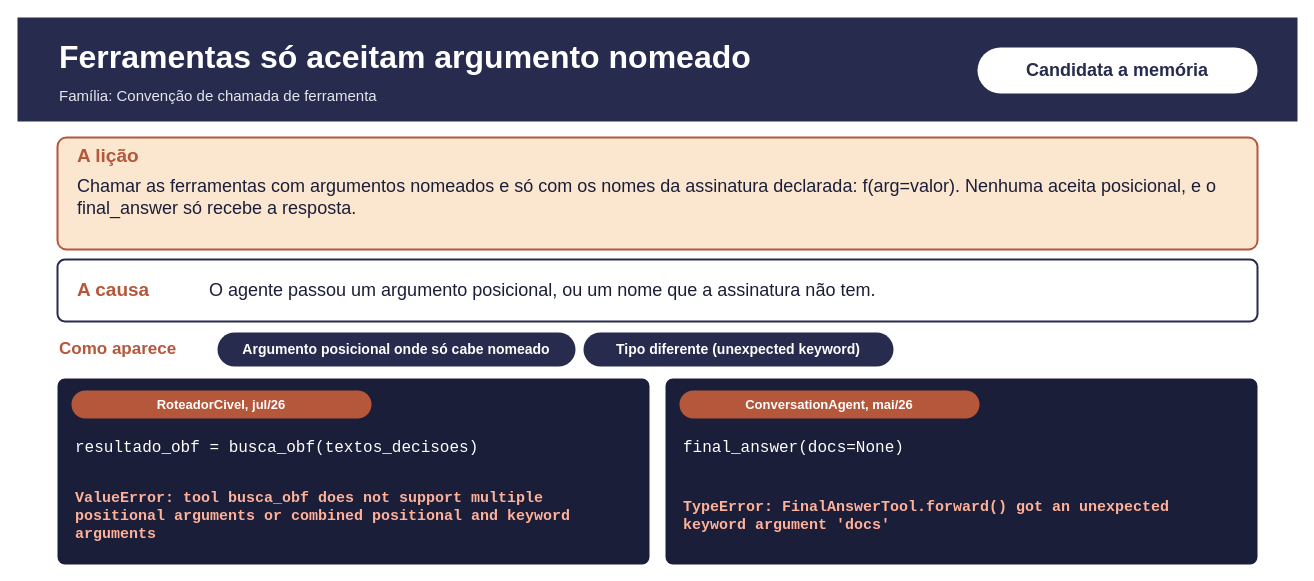
Earlier version of the draw.io diagram page "Ferramentas só aceitam argum" (3 of 19) of docs/sources/draw.io/anexo_fichas_unidades.drawio (rc-ventura/memory_layer_ai_agents). Source tidied: cells renumbered, new cells numbered last; positions are measured from the earlier drawing's top-left corner, leaving out a move shared by most shapes. Both pictures are drawn from the tidied source at 100%, with x=0, y=0 at pixel (17, 17).
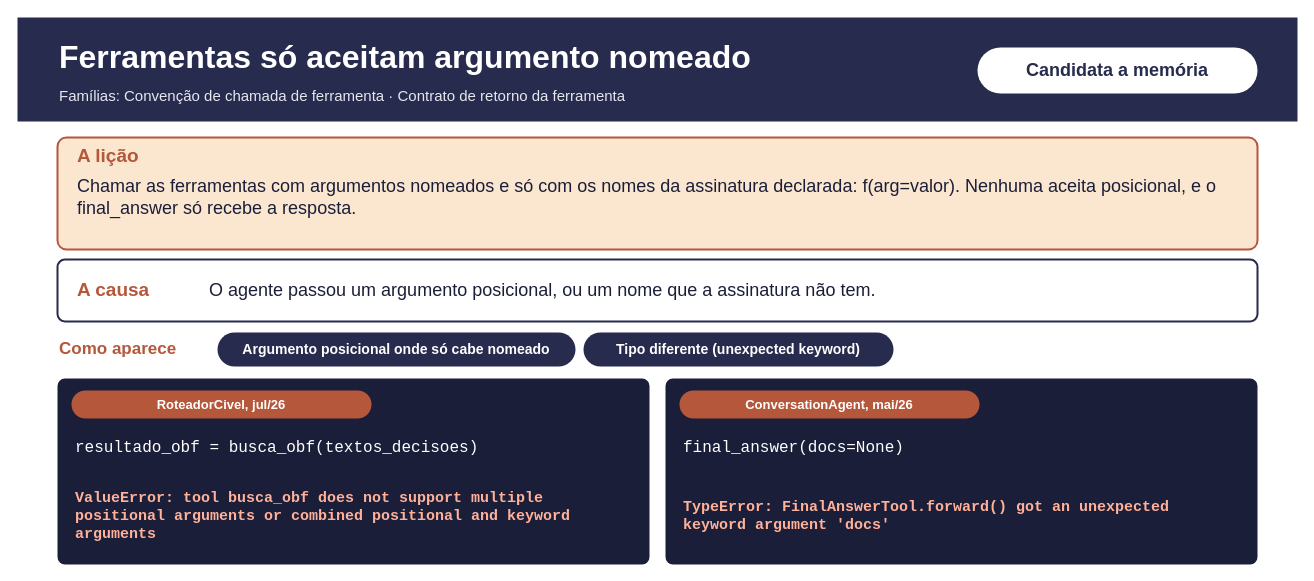
The same page after the edit.

Diff of the diagram source:
```diff
@@
-    <mxCell id="4" value="Família: Convenção de chamada de ferramenta" style="text;html=1;verticalAlign=middle;whiteSpace=wrap;align=left;fontSize=15;fontColor=#E6E7F0;" parent="1" vertex="1">
+    <mxCell id="4" value="Famílias: Convenção de chamada de ferramenta · Contrato de retorno da ferramenta" style="text;html=1;verticalAlign=middle;whiteSpace=wrap;align=left;fontSize=15;fontColor=#E6E7F0;" parent="1" vertex="1">
       <mxGeometry x="40" y="64" width="880" height="28" as="geometry" />
     </mxCell>
```
